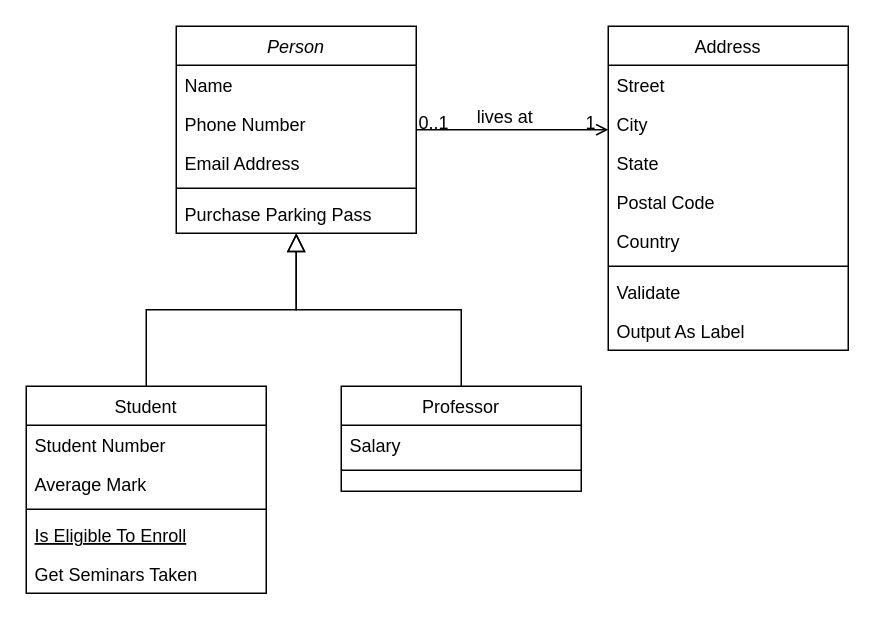
Above: Diagrama de clases.drawio in NoJsNoLife/SantexChallenge (draw.io), before the change. Source tidied: cells renumbered, new cells numbered last; positions are measured from the earlier drawing's top-left corner, leaving out a move shared by most shapes. Both pictures are drawn from the tidied source at 150%, with x=0, y=0 at pixel (26, 26).
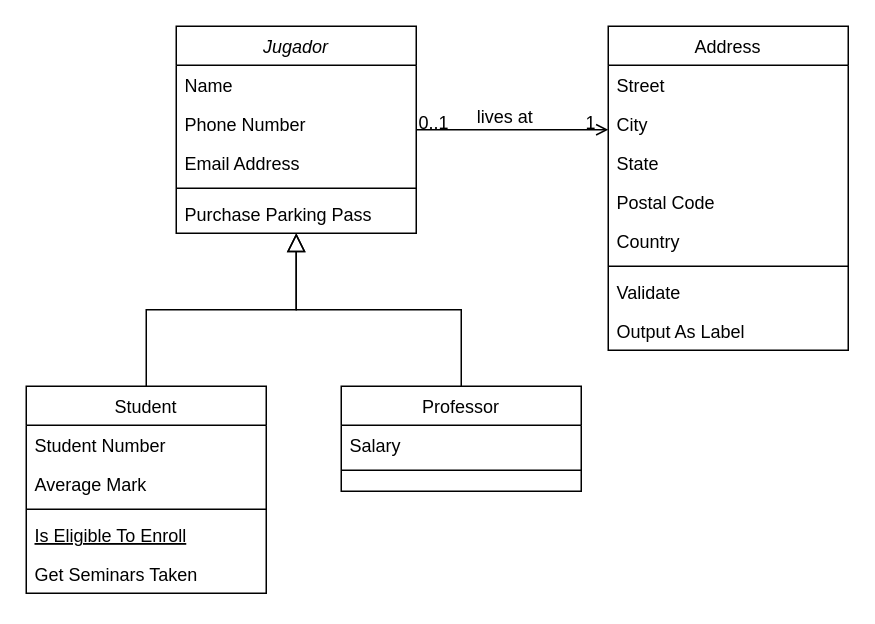
The same diagram, later.

Change to the diagram source:
```diff
@@
-    <mxCell id="2" value="Person" style="swimlane;fontStyle=2;align=center;verticalAlign=top;horizontal=1;startSize=26;rounded=0;shadow=0;strokeWidth=1;" parent="1" vertex="1">
+    <mxCell id="2" value="Jugador" style="swimlane;fontStyle=2;align=center;verticalAlign=top;horizontal=1;startSize=26;rounded=0;shadow=0;strokeWidth=1;" parent="1" vertex="1">
       <mxGeometry x="100" width="160" height="138" as="geometry" />
     </mxCell>
```
